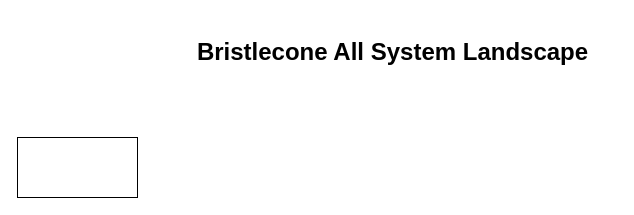
This is temp/ SystemLandscape_ALL_Bristlecone.drawio from ar-nav0110/SystemLandscape_ALL_Bristlecone, a draw.io file, before an edit. Source tidied: cells renumbered, new cells numbered last; positions are measured from the earlier drawing's top-left corner, leaving out a move shared by most shapes. Both pictures are drawn from the tidied source at 100%, with x=0, y=0 at pixel (17, 27).
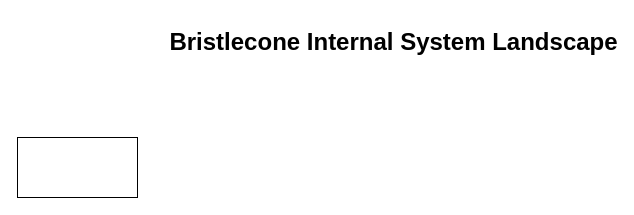
The same page after the edit.

What changed in the source:
```diff
@@
 <mxGraphModel>
   <root>
     <mxCell id="0" />
     <mxCell id="1" parent="0" />
     <mxCell id="2" style="rounded=0;whiteSpace=wrap;html=1;" parent="1" vertex="1">
       <mxGeometry y="110" width="120" height="60" as="geometry" />
     </mxCell>
-    <mxCell id="3" value="Bristlecone All System Landscape" style="text;strokeColor=none;fillColor=none;html=1;fontSize=24;fontStyle=1;verticalAlign=middle;align=center;" parent="1" vertex="1">
-      <mxGeometry x="175" width="400" height="50" as="geometry" />
+    <mxCell id="3" value="Bristlecone Internal System Landscape" style="text;strokeColor=none;fillColor=none;html=1;fontSize=24;fontStyle=1;verticalAlign=middle;align=center;" parent="1" vertex="1">
+      <mxGeometry x="153" y="-10" width="445" height="50" as="geometry" />
     </mxCell>
   </root>
 </mxGraphModel>
```
